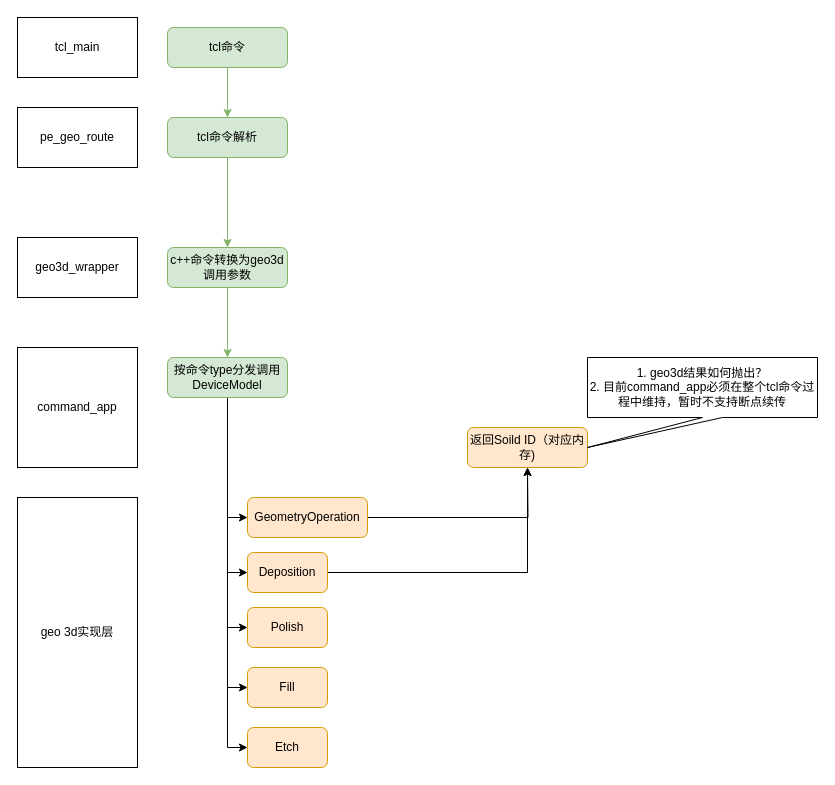
This is geo3d.drawio from FicmillaR/drawio, a draw.io file, before an edit. Source tidied: cells renumbered, new cells numbered last; positions are measured from the earlier drawing's top-left corner, leaving out a move shared by most shapes. Both pictures are drawn from the tidied source at 100%, with x=0, y=0 at pixel (17, 17).
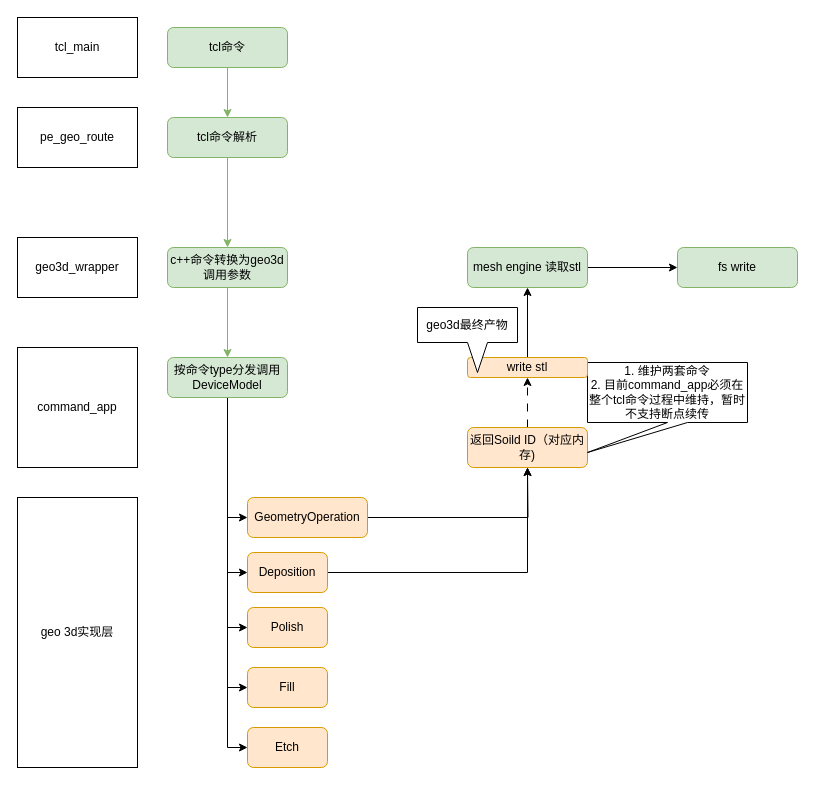
The same diagram, later.

The change refers to these unchanged cells:
```xml
<mxCell id="18" value="返回Soild ID（对应内存)" style="rounded=1;whiteSpace=wrap;html=1;fontSize=12;glass=0;strokeWidth=1;shadow=0;fillColor=#ffe6cc;strokeColor=#d79b00;" parent="1" vertex="1">
  <mxGeometry x="450" y="410" width="120" height="40" as="geometry" />
</mxCell>
```

The edit, as a diff of the source:
```diff
@@
+    <mxCell id="28" style="edgeStyle=orthogonalEdgeStyle;rounded=0;jettySize=auto;html=1;entryX=0.5;entryY=1;entryDx=0;entryDy=0;dashed=1;dashPattern=8 8;" parent="1" edge="1" source="18" target="30">
+      <mxGeometry relative="1" as="geometry" />
+    </mxCell>
@@
-    <mxCell id="19" value="1. geo3d结果如何抛出？&lt;br&gt;2. 目前command_app必须在整个tcl命令过程中维持，暂时不支持断点续传" style="shape=callout;whiteSpace=wrap;html=1;perimeter=calloutPerimeter;position2=0;" parent="1" vertex="1">
-      <mxGeometry x="570" y="340" width="230" height="90" as="geometry" />
+    <mxCell id="19" value="1. 维护两套命令&lt;br&gt;2. 目前command_app必须在整个tcl命令过程中维持，暂时不支持断点续传" style="shape=callout;whiteSpace=wrap;html=1;perimeter=calloutPerimeter;position2=0;" parent="1" vertex="1">
+      <mxGeometry x="570" y="345" width="160" height="90" as="geometry" />
     </mxCell>
@@
+    <mxCell id="29" style="edgeStyle=orthogonalEdgeStyle;rounded=0;jettySize=auto;html=1;entryX=0.5;entryY=1;entryDx=0;entryDy=0;" parent="1" edge="1" source="30" target="33">
+      <mxGeometry relative="1" as="geometry" />
+    </mxCell>
+    <mxCell id="30" value="write stl" style="rounded=1;whiteSpace=wrap;html=1;fontSize=12;glass=0;strokeWidth=1;shadow=0;fillColor=#ffe6cc;strokeColor=#d79b00;" parent="1" vertex="1">
+      <mxGeometry x="450" y="340" width="120" height="20" as="geometry" />
+    </mxCell>
+    <mxCell id="31" value="fs write" style="rounded=1;whiteSpace=wrap;html=1;fontSize=12;glass=0;strokeWidth=1;shadow=0;fillColor=#d5e8d4;strokeColor=#82b366;" parent="1" vertex="1">
+      <mxGeometry x="660" y="230" width="120" height="40" as="geometry" />
+    </mxCell>
+    <mxCell id="32" style="edgeStyle=orthogonalEdgeStyle;rounded=0;jettySize=auto;html=1;exitX=1;exitY=0.5;exitDx=0;exitDy=0;entryX=0;entryY=0.5;entryDx=0;entryDy=0;" parent="1" edge="1" source="33" target="31">
+      <mxGeometry relative="1" as="geometry" />
+    </mxCell>
+    <mxCell id="33" value="mesh engine 读取stl" style="rounded=1;whiteSpace=wrap;html=1;fontSize=12;glass=0;strokeWidth=1;shadow=0;fillColor=#d5e8d4;strokeColor=#82b366;" parent="1" vertex="1">
+      <mxGeometry x="450" y="230" width="120" height="40" as="geometry" />
+    </mxCell>
+    <mxCell id="34" value="geo3d最终产物" style="shape=callout;whiteSpace=wrap;html=1;perimeter=calloutPerimeter;position2=0.6;" parent="1" vertex="1">
+      <mxGeometry x="400" y="290" width="100" height="65" as="geometry" />
+    </mxCell>
```
